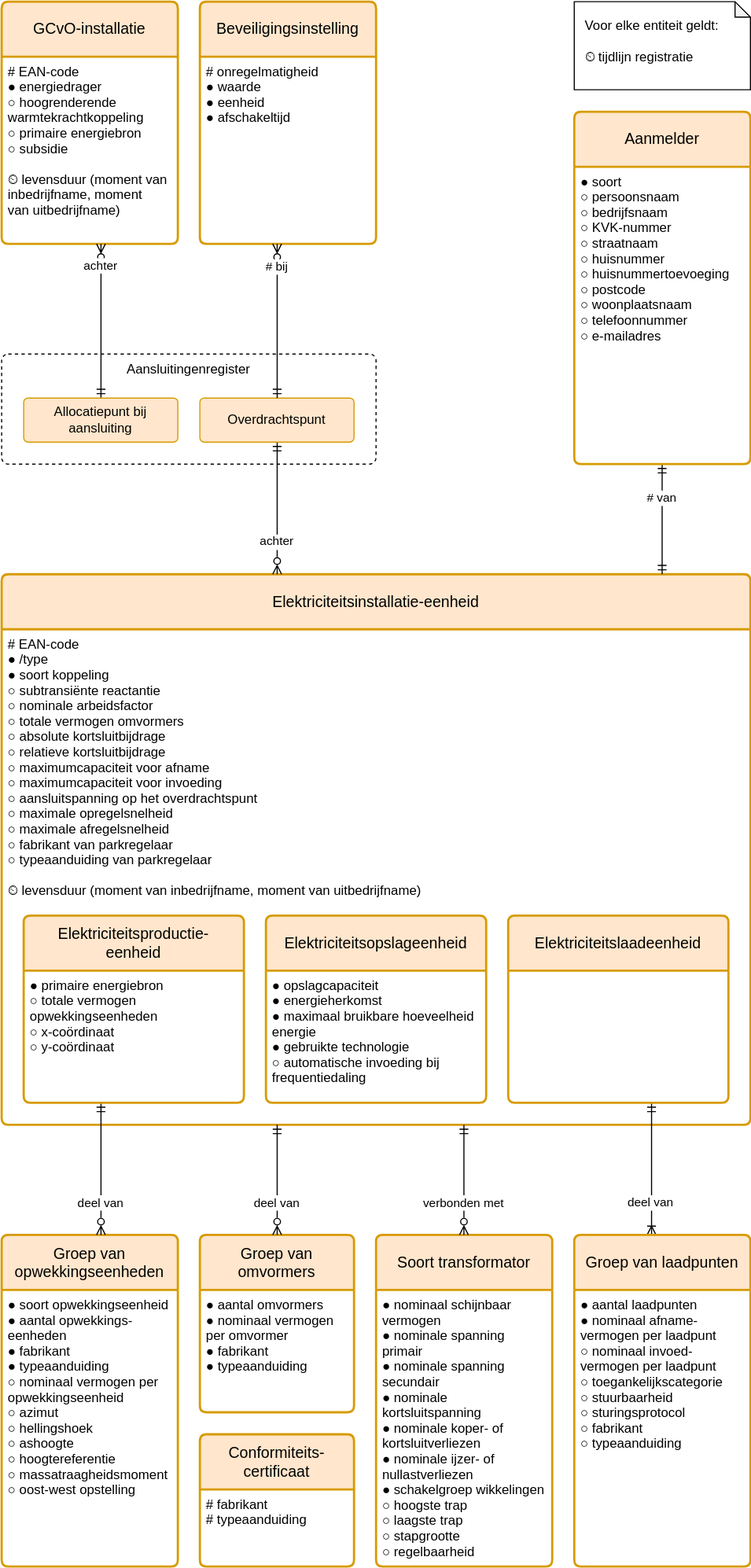
This is registers/installatieregister/1.1/installatieregister.drawio.svg from Netbeheer-Nederland/stelsel, a draw.io export, as it was before one commit. Source tidied: cells renumbered, new cells last; positions are measured from the earlier drawing's top-left corner, leaving out a move shared by most shapes.
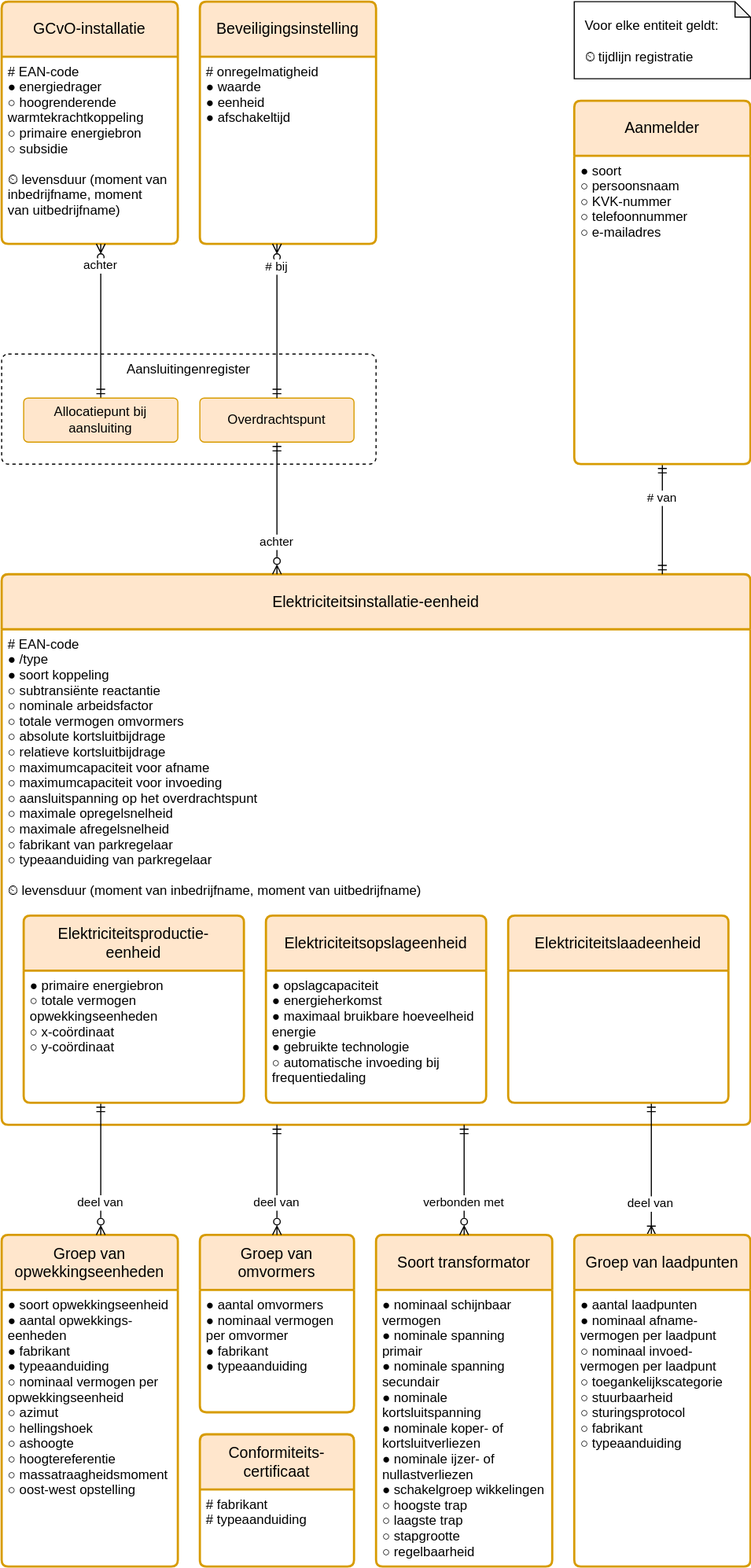
After the commit.

Commit message:
Refactor installation register schema: streamline fields and update descriptions

- Removed redundant fields: naam, bedrijfsnaam, straatnaam, huisnummer, huisnummertoevoeging, postcode, and woonplaatsnaam.
- Introduced new field: persoonsnaam with updated description.
- Cleaned up enum definitions by removing 'anders' entry.

Diff of the diagram source:
```diff
@@ -87,16 +87,16 @@
       <mxGeometry x="0.4" relative="1" as="geometry" />
     </mxCell>
     <mxCell id="30" value="Voor elke entiteit geldt:&#10;&#10;⏲ tijdlijn registratie" style="shape=note;whiteSpace=wrap;backgroundOutline=1;darkOpacity=0.05;align=left;spacing=10;size=14;verticalAlign=top;" parent="1" vertex="1">
-      <mxGeometry x="520" width="160" height="80" as="geometry" />
+      <mxGeometry x="520" width="160" height="70" as="geometry" />
     </mxCell>
     <mxCell id="31" value="# van" style="edgeStyle=elbowEdgeStyle;endArrow=ERmandOne;endFill=0;startArrow=ERmandOne;startFill=0;align=center;" parent="1" edge="1" source="32" target="6">
       <mxGeometry x="-0.4" relative="1" as="geometry" />
     </mxCell>
     <mxCell id="32" value="Aanmelder" style="swimlane;horizontal=1;startSize=50;rounded=1;fontSize=14;fontStyle=0;strokeWidth=2;shadow=0;dashed=0;align=center;fillColor=#ffe6cc;strokeColor=#d79b00;arcSize=4;whiteSpace=wrap;spacing=10;" parent="1" vertex="1">
-      <mxGeometry x="520" y="100" width="160" height="320" as="geometry" />
+      <mxGeometry x="520" y="90" width="160" height="330" as="geometry" />
     </mxCell>
-    <mxCell id="33" value="● soort &#10;○ persoonsnaam &#10;○ bedrijfsnaam&#10;○ KVK-nummer&#10;○ straatnaam&#10;○ huisnummer&#10;○ huisnummertoevoeging&#10;○ postcode&#10;○ woonplaatsnaam&#10;○ telefoonnummer&#10;○ e-mailadres" style="align=left;strokeColor=none;fillColor=none;spacingLeft=4;fontSize=12;verticalAlign=top;" parent="32" vertex="1">
-      <mxGeometry y="50" width="160" height="270" as="geometry" />
+    <mxCell id="33" value="● soort &#10;○ persoonsnaam &#10;○ KVK-nummer&#10;○ telefoonnummer&#10;○ e-mailadres" style="align=left;strokeColor=none;fillColor=none;spacingLeft=4;fontSize=12;verticalAlign=top;" parent="32" vertex="1">
+      <mxGeometry y="50" width="160" height="280" as="geometry" />
     </mxCell>
     <mxCell id="34" style="edgeStyle=elbowEdgeStyle;html=1;endArrow=ERoneToMany;endFill=0;startArrow=ERmandOne;startFill=0;rounded=0;curved=0;" parent="1" edge="1" source="38" target="36">
       <mxGeometry relative="1" as="geometry" />
```
